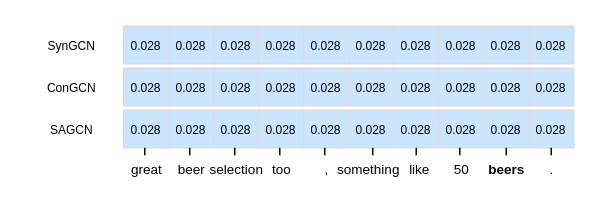
Earlier version of the draw.io diagram case study.drawio (zhaicao/images). Source tidied: cells renumbered, new cells numbered last; positions are measured from the earlier drawing's top-left corner, leaving out a move shared by most shapes. Both pictures are drawn from the tidied source at 150%, with x=0, y=0 at pixel (26, 26).
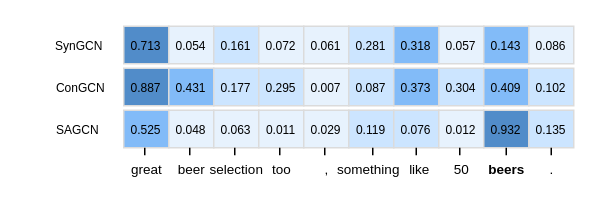
The same page after the edit.

What changed in the source:
```diff
@@
-    <mxCell id="2" value="&lt;font style=&quot;font-size: 8px;&quot;&gt;0.028&lt;/font&gt;" style="whiteSpace=wrap;html=1;strokeColor=#DBDBDB;fillColor=#cce5ff;fontSize=8;" parent="1" vertex="1">
+    <mxCell id="2" value="&lt;font style=&quot;font-size: 8px;&quot;&gt;0.525&lt;/font&gt;" style="whiteSpace=wrap;html=1;strokeColor=#DBDBDB;fillColor=#82BBF8;fontSize=8;" parent="1" vertex="1">
       <mxGeometry x="65" y="56" width="30" height="25" as="geometry" />
     </mxCell>
-    <mxCell id="3" value="&lt;font style=&quot;font-size: 8px;&quot;&gt;0.028&lt;/font&gt;" style="whiteSpace=wrap;html=1;fillColor=#cce5ff;strokeColor=#DBDBDB;fontSize=8;" parent="1" vertex="1">
+    <mxCell id="3" value="&lt;font style=&quot;font-size: 8px;&quot;&gt;0.048&lt;/font&gt;" style="whiteSpace=wrap;html=1;fillColor=#E7F2FD;strokeColor=#DBDBDB;fontSize=8;" parent="1" vertex="1">
       <mxGeometry x="95" y="56" width="30" height="25" as="geometry" />
     </mxCell>
-    <mxCell id="4" value="&lt;font style=&quot;font-size: 8px;&quot;&gt;0.028&lt;/font&gt;" style="whiteSpace=wrap;html=1;strokeColor=#DBDBDB;fillColor=#cce5ff;fontSize=8;" parent="1" vertex="1">
+    <mxCell id="4" value="&lt;font style=&quot;font-size: 8px;&quot;&gt;0.063&lt;/font&gt;" style="whiteSpace=wrap;html=1;strokeColor=#DBDBDB;fillColor=#E7F2FD;fontSize=8;" parent="1" vertex="1">
       <mxGeometry x="125" y="56" width="30" height="25" as="geometry" />
     </mxCell>
-    <mxCell id="5" value="&lt;font style=&quot;font-size: 8px;&quot;&gt;0.028&lt;/font&gt;" style="whiteSpace=wrap;html=1;fillColor=#cce5ff;strokeColor=#DBDBDB;fontSize=8;" parent="1" vertex="1">
+    <mxCell id="5" value="&lt;font style=&quot;font-size: 8px;&quot;&gt;0.011&lt;/font&gt;" style="whiteSpace=wrap;html=1;fillColor=#E7F2FD;strokeColor=#DBDBDB;fontSize=8;" parent="1" vertex="1">
       <mxGeometry x="155" y="56" width="30" height="25" as="geometry" />
     </mxCell>
-    <mxCell id="6" value="&lt;font style=&quot;font-size: 8px;&quot;&gt;0.028&lt;/font&gt;" style="whiteSpace=wrap;html=1;strokeColor=#DBDBDB;fillColor=#cce5ff;fontSize=8;" parent="1" vertex="1">
+    <mxCell id="6" value="&lt;font style=&quot;font-size: 8px;&quot;&gt;0.029&lt;/font&gt;" style="whiteSpace=wrap;html=1;strokeColor=#DBDBDB;fillColor=#E7F2FD;fontSize=8;" parent="1" vertex="1">
       <mxGeometry x="185" y="56" width="30" height="25" as="geometry" />
     </mxCell>
-    <mxCell id="7" value="&lt;font style=&quot;font-size: 8px;&quot;&gt;0.028&lt;/font&gt;" style="whiteSpace=wrap;html=1;fillColor=#cce5ff;strokeColor=#DBDBDB;fontSize=8;" parent="1" vertex="1">
+    <mxCell id="7" value="&lt;font style=&quot;font-size: 8px;&quot;&gt;0.119&lt;/font&gt;" style="whiteSpace=wrap;html=1;fillColor=#CCE5FF;strokeColor=#DBDBDB;fontSize=8;" parent="1" vertex="1">
       <mxGeometry x="215" y="56" width="30" height="25" as="geometry" />
     </mxCell>
-    <mxCell id="8" value="&lt;font style=&quot;font-size: 8px;&quot;&gt;0.028&lt;/font&gt;" style="whiteSpace=wrap;html=1;strokeColor=#DBDBDB;fillColor=#cce5ff;fontSize=8;" parent="1" vertex="1">
+    <mxCell id="8" value="&lt;font style=&quot;font-size: 8px;&quot;&gt;0.076&lt;/font&gt;" style="whiteSpace=wrap;html=1;strokeColor=#DBDBDB;fillColor=#CCE5FF;fontSize=8;" parent="1" vertex="1">
       <mxGeometry x="245" y="56" width="30" height="25" as="geometry" />
     </mxCell>
-    <mxCell id="9" value="&lt;font style=&quot;font-size: 8px;&quot;&gt;0.028&lt;/font&gt;" style="whiteSpace=wrap;html=1;fillColor=#cce5ff;strokeColor=#DBDBDB;fontSize=8;" parent="1" vertex="1">
+    <mxCell id="9" value="&lt;font style=&quot;font-size: 8px;&quot;&gt;0.012&lt;/font&gt;" style="whiteSpace=wrap;html=1;fillColor=#E7F2FD;strokeColor=#DBDBDB;fontSize=8;" parent="1" vertex="1">
       <mxGeometry x="275" y="56" width="30" height="25" as="geometry" />
     </mxCell>
-    <mxCell id="10" value="&lt;font style=&quot;font-size: 8px;&quot;&gt;0.028&lt;/font&gt;" style="whiteSpace=wrap;html=1;strokeColor=#DBDBDB;fillColor=#cce5ff;fontSize=8;" parent="1" vertex="1">
+    <mxCell id="10" value="&lt;font style=&quot;font-size: 8px;&quot;&gt;0.932&lt;/font&gt;" style="whiteSpace=wrap;html=1;strokeColor=#DBDBDB;fillColor=#518CC9;fontSize=8;" parent="1" vertex="1">
       <mxGeometry x="305" y="56" width="30" height="25" as="geometry" />
     </mxCell>
-    <mxCell id="11" value="&lt;font style=&quot;font-size: 8px;&quot;&gt;0.028&lt;/font&gt;" style="whiteSpace=wrap;html=1;fillColor=#cce5ff;strokeColor=#DBDBDB;fontSize=8;" parent="1" vertex="1">
+    <mxCell id="11" value="&lt;font style=&quot;font-size: 8px;&quot;&gt;0.135&lt;/font&gt;" style="whiteSpace=wrap;html=1;fillColor=#cce5ff;strokeColor=#DBDBDB;fontSize=8;" parent="1" vertex="1">
       <mxGeometry x="335" y="56" width="30" height="25" as="geometry" />
     </mxCell>
@@
-    <mxCell id="32" value="&lt;font style=&quot;font-size: 8px;&quot;&gt;0.028&lt;/font&gt;" style="whiteSpace=wrap;html=1;strokeColor=#DBDBDB;fillColor=#cce5ff;fontSize=8;" parent="1" vertex="1">
+    <mxCell id="32" value="&lt;font style=&quot;font-size: 8px;&quot;&gt;0.887&lt;/font&gt;" style="whiteSpace=wrap;html=1;strokeColor=#DBDBDB;fillColor=#518CC9;fontSize=8;" parent="1" vertex="1">
       <mxGeometry x="65" y="28" width="30" height="25" as="geometry" />
     </mxCell>
-    <mxCell id="33" value="&lt;font style=&quot;font-size: 8px;&quot;&gt;0.028&lt;/font&gt;" style="whiteSpace=wrap;html=1;fillColor=#cce5ff;strokeColor=#DBDBDB;fontSize=8;" parent="1" vertex="1">
+    <mxCell id="33" value="&lt;font style=&quot;font-size: 8px;&quot;&gt;0.431&lt;/font&gt;" style="whiteSpace=wrap;html=1;fillColor=#82BBF8;strokeColor=#DBDBDB;fontSize=8;" parent="1" vertex="1">
       <mxGeometry x="95" y="28" width="30" height="25" as="geometry" />
     </mxCell>
-    <mxCell id="34" value="&lt;font style=&quot;font-size: 8px;&quot;&gt;0.028&lt;/font&gt;" style="whiteSpace=wrap;html=1;strokeColor=#DBDBDB;fillColor=#cce5ff;fontSize=8;" parent="1" vertex="1">
+    <mxCell id="34" value="&lt;font style=&quot;font-size: 8px;&quot;&gt;0.177&lt;/font&gt;" style="whiteSpace=wrap;html=1;strokeColor=#DBDBDB;fillColor=#cce5ff;fontSize=8;" parent="1" vertex="1">
       <mxGeometry x="125" y="28" width="30" height="25" as="geometry" />
     </mxCell>
-    <mxCell id="35" value="&lt;font style=&quot;font-size: 8px;&quot;&gt;0.028&lt;/font&gt;" style="whiteSpace=wrap;html=1;fillColor=#cce5ff;strokeColor=#DBDBDB;fontSize=8;" parent="1" vertex="1">
+    <mxCell id="35" value="&lt;font style=&quot;font-size: 8px;&quot;&gt;0.295&lt;/font&gt;" style="whiteSpace=wrap;html=1;fillColor=#cce5ff;strokeColor=#DBDBDB;fontSize=8;" parent="1" vertex="1">
       <mxGeometry x="155" y="28" width="30" height="25" as="geometry" />
     </mxCell>
-    <mxCell id="36" value="&lt;font style=&quot;font-size: 8px;&quot;&gt;0.028&lt;/font&gt;" style="whiteSpace=wrap;html=1;strokeColor=#DBDBDB;fillColor=#cce5ff;fontSize=8;" parent="1" vertex="1">
+    <mxCell id="36" value="&lt;font style=&quot;font-size: 8px;&quot;&gt;0.007&lt;/font&gt;" style="whiteSpace=wrap;html=1;strokeColor=#DBDBDB;fillColor=#e7f2fd;fontSize=8;" parent="1" vertex="1">
       <mxGeometry x="185" y="28" width="30" height="25" as="geometry" />
     </mxCell>
-    <mxCell id="37" value="&lt;font style=&quot;font-size: 8px;&quot;&gt;0.028&lt;/font&gt;" style="whiteSpace=wrap;html=1;fillColor=#cce5ff;strokeColor=#DBDBDB;fontSize=8;" parent="1" vertex="1">
+    <mxCell id="37" value="&lt;font style=&quot;font-size: 8px;&quot;&gt;0.087&lt;/font&gt;" style="whiteSpace=wrap;html=1;fillColor=#CCE5FF;strokeColor=#DBDBDB;fontSize=8;" parent="1" vertex="1">
       <mxGeometry x="215" y="28" width="30" height="25" as="geometry" />
     </mxCell>
-    <mxCell id="38" value="&lt;font style=&quot;font-size: 8px;&quot;&gt;0.028&lt;/font&gt;" style="whiteSpace=wrap;html=1;strokeColor=#DBDBDB;fillColor=#cce5ff;fontSize=8;" parent="1" vertex="1">
+    <mxCell id="38" value="&lt;font style=&quot;font-size: 8px;&quot;&gt;0.373&lt;/font&gt;" style="whiteSpace=wrap;html=1;strokeColor=#DBDBDB;fillColor=#82bbf8;fontSize=8;" parent="1" vertex="1">
       <mxGeometry x="245" y="28" width="30" height="25" as="geometry" />
     </mxCell>
-    <mxCell id="39" value="&lt;font style=&quot;font-size: 8px;&quot;&gt;0.028&lt;/font&gt;" style="whiteSpace=wrap;html=1;fillColor=#cce5ff;strokeColor=#DBDBDB;fontSize=8;" parent="1" vertex="1">
+    <mxCell id="39" value="&lt;font style=&quot;font-size: 8px;&quot;&gt;0.304&lt;/font&gt;" style="whiteSpace=wrap;html=1;fillColor=#cce5ff;strokeColor=#DBDBDB;fontSize=8;" parent="1" vertex="1">
       <mxGeometry x="275" y="28" width="30" height="25" as="geometry" />
     </mxCell>
-    <mxCell id="40" value="&lt;font style=&quot;font-size: 8px;&quot;&gt;0.028&lt;/font&gt;" style="whiteSpace=wrap;html=1;strokeColor=#DBDBDB;fillColor=#cce5ff;fontSize=8;" parent="1" vertex="1">
+    <mxCell id="40" value="&lt;font style=&quot;font-size: 8px;&quot;&gt;0.409&lt;/font&gt;" style="whiteSpace=wrap;html=1;strokeColor=#DBDBDB;fillColor=#82BBF8;fontSize=8;" parent="1" vertex="1">
       <mxGeometry x="305" y="28" width="30" height="25" as="geometry" />
     </mxCell>
-    <mxCell id="41" value="&lt;font style=&quot;font-size: 8px;&quot;&gt;0.028&lt;/font&gt;" style="whiteSpace=wrap;html=1;fillColor=#cce5ff;strokeColor=#DBDBDB;fontSize=8;" parent="1" vertex="1">
+    <mxCell id="41" value="&lt;font style=&quot;font-size: 8px;&quot;&gt;0.102&lt;/font&gt;" style="whiteSpace=wrap;html=1;fillColor=#cce5ff;strokeColor=#DBDBDB;fontSize=8;" parent="1" vertex="1">
       <mxGeometry x="335" y="28" width="30" height="25" as="geometry" />
     </mxCell>
-    <mxCell id="42" value="&lt;font style=&quot;font-size: 8px;&quot;&gt;0.028&lt;/font&gt;" style="whiteSpace=wrap;html=1;strokeColor=#DBDBDB;fillColor=#cce5ff;fontSize=8;" parent="1" vertex="1">
+    <mxCell id="42" value="&lt;font style=&quot;font-size: 8px;&quot;&gt;0.713&lt;/font&gt;" style="whiteSpace=wrap;html=1;strokeColor=#DBDBDB;fillColor=#518CC9;fontSize=8;" parent="1" vertex="1">
       <mxGeometry x="65" width="30" height="25" as="geometry" />
     </mxCell>
-    <mxCell id="43" value="&lt;font style=&quot;font-size: 8px;&quot;&gt;0.028&lt;/font&gt;" style="whiteSpace=wrap;html=1;fillColor=#cce5ff;strokeColor=#DBDBDB;fontSize=8;" parent="1" vertex="1">
+    <mxCell id="43" value="&lt;font style=&quot;font-size: 8px;&quot;&gt;0.054&lt;/font&gt;" style="whiteSpace=wrap;html=1;fillColor=#E7F2FD;strokeColor=#DBDBDB;fontSize=8;" parent="1" vertex="1">
       <mxGeometry x="95" width="30" height="25" as="geometry" />
     </mxCell>
-    <mxCell id="44" value="&lt;font style=&quot;font-size: 8px;&quot;&gt;0.028&lt;/font&gt;" style="whiteSpace=wrap;html=1;strokeColor=#DBDBDB;fillColor=#cce5ff;fontSize=8;" parent="1" vertex="1">
+    <mxCell id="44" value="0.161" style="whiteSpace=wrap;html=1;strokeColor=#DBDBDB;fillColor=#CCE5FF;fontSize=8;" parent="1" vertex="1">
       <mxGeometry x="125" width="30" height="25" as="geometry" />
     </mxCell>
-    <mxCell id="45" value="&lt;font style=&quot;font-size: 8px;&quot;&gt;0.028&lt;/font&gt;" style="whiteSpace=wrap;html=1;fillColor=#cce5ff;strokeColor=#DBDBDB;fontSize=8;" parent="1" vertex="1">
+    <mxCell id="45" value="&lt;font style=&quot;font-size: 8px;&quot;&gt;0.072&lt;/font&gt;" style="whiteSpace=wrap;html=1;fillColor=#E7F2FD;strokeColor=#DBDBDB;fontSize=8;" parent="1" vertex="1">
       <mxGeometry x="155" width="30" height="25" as="geometry" />
     </mxCell>
-    <mxCell id="46" value="&lt;font style=&quot;font-size: 8px;&quot;&gt;0.028&lt;/font&gt;" style="whiteSpace=wrap;html=1;strokeColor=#DBDBDB;fillColor=#cce5ff;fontSize=8;" parent="1" vertex="1">
+    <mxCell id="46" value="&lt;font style=&quot;font-size: 8px;&quot;&gt;0.061&lt;/font&gt;" style="whiteSpace=wrap;html=1;strokeColor=#DBDBDB;fillColor=#E7F2FD;fontSize=8;" parent="1" vertex="1">
       <mxGeometry x="185" width="30" height="25" as="geometry" />
     </mxCell>
-    <mxCell id="47" value="&lt;font style=&quot;font-size: 8px;&quot;&gt;0.028&lt;/font&gt;" style="whiteSpace=wrap;html=1;fillColor=#cce5ff;strokeColor=#DBDBDB;fontSize=8;" parent="1" vertex="1">
+    <mxCell id="47" value="0.281" style="whiteSpace=wrap;html=1;fillColor=#cce5ff;strokeColor=#DBDBDB;fontSize=8;" parent="1" vertex="1">
       <mxGeometry x="215" width="30" height="25" as="geometry" />
     </mxCell>
-    <mxCell id="48" value="&lt;font style=&quot;font-size: 8px;&quot;&gt;0.028&lt;/font&gt;" style="whiteSpace=wrap;html=1;strokeColor=#DBDBDB;fillColor=#cce5ff;fontSize=8;" parent="1" vertex="1">
+    <mxCell id="48" value="&lt;font style=&quot;font-size: 8px;&quot;&gt;0.318&lt;/font&gt;" style="whiteSpace=wrap;html=1;strokeColor=#DBDBDB;fillColor=#82BBF8;fontSize=8;" parent="1" vertex="1">
       <mxGeometry x="245" width="30" height="25" as="geometry" />
     </mxCell>
-    <mxCell id="49" value="&lt;font style=&quot;font-size: 8px;&quot;&gt;0.028&lt;/font&gt;" style="whiteSpace=wrap;html=1;fillColor=#cce5ff;strokeColor=#DBDBDB;fontSize=8;" parent="1" vertex="1">
+    <mxCell id="49" value="&lt;font style=&quot;font-size: 8px;&quot;&gt;0.057&lt;/font&gt;" style="whiteSpace=wrap;html=1;fillColor=#E7F2FD;strokeColor=#DBDBDB;fontSize=8;" parent="1" vertex="1">
       <mxGeometry x="275" width="30" height="25" as="geometry" />
     </mxCell>
-    <mxCell id="50" value="&lt;font style=&quot;font-size: 8px;&quot;&gt;0.028&lt;/font&gt;" style="whiteSpace=wrap;html=1;strokeColor=#DBDBDB;fillColor=#cce5ff;fontSize=8;" parent="1" vertex="1">
+    <mxCell id="50" value="&lt;font style=&quot;font-size: 8px;&quot;&gt;0.143&lt;/font&gt;" style="whiteSpace=wrap;html=1;strokeColor=#DBDBDB;fillColor=#82BBF8;fontSize=8;" parent="1" vertex="1">
       <mxGeometry x="305" width="30" height="25" as="geometry" />
     </mxCell>
-    <mxCell id="51" value="&lt;font style=&quot;font-size: 8px;&quot;&gt;0.028&lt;/font&gt;" style="whiteSpace=wrap;html=1;fillColor=#cce5ff;strokeColor=#DBDBDB;fontSize=8;" parent="1" vertex="1">
+    <mxCell id="51" value="&lt;font style=&quot;font-size: 8px;&quot;&gt;0.086&lt;/font&gt;" style="whiteSpace=wrap;html=1;fillColor=#E7F2FD;strokeColor=#DBDBDB;fontSize=8;" parent="1" vertex="1">
       <mxGeometry x="335" width="30" height="25" as="geometry" />
     </mxCell>
     <mxCell id="52" value="SAGCN" style="text;html=1;align=center;verticalAlign=middle;strokeColor=none;fillColor=none;fontSize=8;" parent="1" vertex="1">
-      <mxGeometry x="5" y="58.5" width="50" height="20" as="geometry" />
+      <mxGeometry x="8.5" y="58.5" width="50" height="20" as="geometry" />
     </mxCell>
     <mxCell id="53" value="SynGCN" style="text;html=1;align=center;verticalAlign=middle;strokeColor=none;fillColor=none;fontSize=8;" parent="1" vertex="1">
-      <mxGeometry y="2.5" width="60" height="20" as="geometry" />
+      <mxGeometry x="5" y="2.5" width="60" height="20" as="geometry" />
     </mxCell>
     <mxCell id="54" value="ConGCN" style="text;html=1;align=center;verticalAlign=middle;strokeColor=none;fillColor=none;fontSize=8;" parent="1" vertex="1">
-      <mxGeometry y="30.5" width="60" height="20" as="geometry" />
+      <mxGeometry x="6" y="30.5" width="60" height="20" as="geometry" />
     </mxCell>
```
